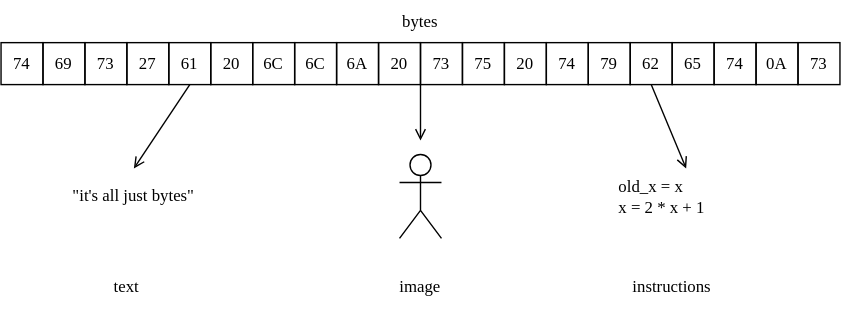
This is docs/oop/func_obj.svg from gvwilson/sdxpy, a draw.io export, as it was before one commit. Source tidied: cells renumbered, new cells last; positions are measured from the earlier drawing's top-left corner, leaving out a move shared by most shapes.
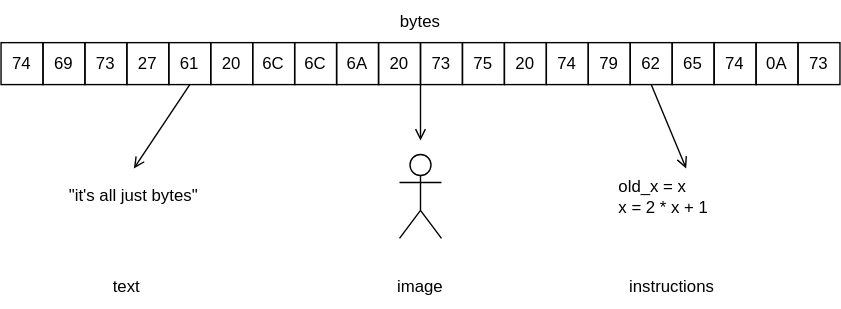
The same diagram one commit later.

Diff of the diagram source:
```diff
@@ -2,96 +2,96 @@
   <root>
     <mxCell id="0" />
     <mxCell id="1" parent="0" />
-    <mxCell id="2" style="endArrow=open;html=1;rounded=0;hachureGap=4;fontFamily=Verdana;fontSize=12;sourcePerimeterSpacing=8;targetPerimeterSpacing=8;entryX=0.5;entryY=0;entryDx=0;entryDy=0;endFill=0;exitX=0.5;exitY=1;exitDx=0;exitDy=0;" parent="1" edge="1" source="16" target="3">
+    <mxCell id="2" style="endArrow=open;html=1;rounded=0;hachureGap=4;fontFamily=Helvetica;fontSize=12;sourcePerimeterSpacing=8;targetPerimeterSpacing=8;entryX=0.5;entryY=0;entryDx=0;entryDy=0;endFill=0;exitX=0.5;exitY=1;exitDx=0;exitDy=0;" parent="1" edge="1" source="16" target="3">
       <mxGeometry relative="1" as="geometry" />
     </mxCell>
-    <mxCell id="3" value="&quot;it's all just bytes&quot;" style="text;html=1;strokeColor=none;fillColor=none;align=center;verticalAlign=middle;whiteSpace=wrap;rounded=0;hachureGap=4;fontFamily=Verdana;fontSize=12;" parent="1" vertex="1">
+    <mxCell id="3" value="&quot;it's all just bytes&quot;" style="text;html=1;strokeColor=none;fillColor=none;align=center;verticalAlign=middle;whiteSpace=wrap;rounded=0;hachureGap=4;fontFamily=Helvetica;fontSize=12;" parent="1" vertex="1">
       <mxGeometry x="30" y="120" width="130" height="40" as="geometry" />
     </mxCell>
-    <mxCell id="4" style="shape=umlActor;verticalLabelPosition=bottom;verticalAlign=top;html=1;hachureGap=4;strokeColor=default;fontFamily=Verdana;fontSize=12;" parent="1" vertex="1">
+    <mxCell id="4" style="shape=umlActor;verticalLabelPosition=bottom;verticalAlign=top;html=1;hachureGap=4;strokeColor=default;fontFamily=Helvetica;fontSize=12;" parent="1" vertex="1">
       <mxGeometry x="285" y="110" width="30" height="60" as="geometry" />
     </mxCell>
-    <mxCell id="5" style="endArrow=open;html=1;rounded=0;hachureGap=4;fontFamily=Verdana;fontSize=12;sourcePerimeterSpacing=8;targetPerimeterSpacing=8;endFill=0;exitX=0;exitY=1;exitDx=0;exitDy=0;" parent="1" edge="1" source="22">
+    <mxCell id="5" style="endArrow=open;html=1;rounded=0;hachureGap=4;fontFamily=Helvetica;fontSize=12;sourcePerimeterSpacing=8;targetPerimeterSpacing=8;endFill=0;exitX=0;exitY=1;exitDx=0;exitDy=0;" parent="1" edge="1" source="22">
       <mxGeometry relative="1" as="geometry">
         <mxPoint x="300" y="100" as="targetPoint" />
       </mxGeometry>
     </mxCell>
-    <mxCell id="6" value="old_x = x&lt;br style=&quot;font-size: 12px;&quot;&gt;x = 2 * x + 1" style="text;html=1;strokeColor=none;fillColor=none;align=left;verticalAlign=middle;whiteSpace=wrap;rounded=0;hachureGap=4;fontFamily=Verdana;fontSize=12;" parent="1" vertex="1">
+    <mxCell id="6" value="old_x = x&lt;br style=&quot;font-size: 12px;&quot;&gt;x = 2 * x + 1" style="text;html=1;strokeColor=none;fillColor=none;align=left;verticalAlign=middle;whiteSpace=wrap;rounded=0;hachureGap=4;fontFamily=Helvetica;fontSize=12;" parent="1" vertex="1">
       <mxGeometry x="440" y="120" width="100" height="40" as="geometry" />
     </mxCell>
-    <mxCell id="7" style="endArrow=open;html=1;rounded=0;hachureGap=4;fontFamily=Verdana;fontSize=12;sourcePerimeterSpacing=8;targetPerimeterSpacing=8;entryX=0.5;entryY=0;entryDx=0;entryDy=0;endFill=0;exitX=0.5;exitY=1;exitDx=0;exitDy=0;" parent="1" edge="1" source="27" target="6">
+    <mxCell id="7" style="endArrow=open;html=1;rounded=0;hachureGap=4;fontFamily=Helvetica;fontSize=12;sourcePerimeterSpacing=8;targetPerimeterSpacing=8;entryX=0.5;entryY=0;entryDx=0;entryDy=0;endFill=0;exitX=0.5;exitY=1;exitDx=0;exitDy=0;" parent="1" edge="1" source="27" target="6">
       <mxGeometry relative="1" as="geometry" />
     </mxCell>
-    <mxCell id="8" value="text" style="text;html=1;strokeColor=none;fillColor=none;align=center;verticalAlign=middle;whiteSpace=wrap;rounded=0;hachureGap=4;fontFamily=Verdana;fontSize=12;" parent="1" vertex="1">
+    <mxCell id="8" value="text" style="text;html=1;strokeColor=none;fillColor=none;align=center;verticalAlign=middle;whiteSpace=wrap;rounded=0;hachureGap=4;fontFamily=Helvetica;fontSize=12;" parent="1" vertex="1">
       <mxGeometry x="60" y="190" width="60" height="30" as="geometry" />
     </mxCell>
-    <mxCell id="9" value="image" style="text;html=1;strokeColor=none;fillColor=none;align=center;verticalAlign=middle;whiteSpace=wrap;rounded=0;hachureGap=4;fontFamily=Verdana;fontSize=12;" parent="1" vertex="1">
+    <mxCell id="9" value="image" style="text;html=1;strokeColor=none;fillColor=none;align=center;verticalAlign=middle;whiteSpace=wrap;rounded=0;hachureGap=4;fontFamily=Helvetica;fontSize=12;" parent="1" vertex="1">
       <mxGeometry x="270" y="190" width="60" height="30" as="geometry" />
     </mxCell>
-    <mxCell id="10" value="instructions" style="text;html=1;strokeColor=none;fillColor=none;align=center;verticalAlign=middle;whiteSpace=wrap;rounded=0;hachureGap=4;fontFamily=Verdana;fontSize=12;" parent="1" vertex="1">
+    <mxCell id="10" value="instructions" style="text;html=1;strokeColor=none;fillColor=none;align=center;verticalAlign=middle;whiteSpace=wrap;rounded=0;hachureGap=4;fontFamily=Helvetica;fontSize=12;" parent="1" vertex="1">
       <mxGeometry x="440" y="190" width="80" height="30" as="geometry" />
     </mxCell>
-    <mxCell id="11" value="bytes" style="text;html=1;strokeColor=none;fillColor=none;align=center;verticalAlign=middle;whiteSpace=wrap;rounded=0;hachureGap=4;fontFamily=Verdana;fontSize=12;" parent="1" vertex="1">
+    <mxCell id="11" value="bytes" style="text;html=1;strokeColor=none;fillColor=none;align=center;verticalAlign=middle;whiteSpace=wrap;rounded=0;hachureGap=4;fontFamily=Helvetica;fontSize=12;" parent="1" vertex="1">
       <mxGeometry x="270" width="60" height="30" as="geometry" />
     </mxCell>
-    <mxCell id="12" value="74" style="text;html=1;strokeColor=default;fillColor=none;align=center;verticalAlign=middle;whiteSpace=wrap;rounded=0;hachureGap=4;fontFamily=Verdana;fontSize=12;" parent="1" vertex="1">
+    <mxCell id="12" value="74" style="text;html=1;strokeColor=default;fillColor=none;align=center;verticalAlign=middle;whiteSpace=wrap;rounded=0;hachureGap=4;fontFamily=Helvetica;fontSize=12;" parent="1" vertex="1">
       <mxGeometry y="30" width="30" height="30" as="geometry" />
     </mxCell>
-    <mxCell id="13" value="69" style="text;html=1;strokeColor=default;fillColor=none;align=center;verticalAlign=middle;whiteSpace=wrap;rounded=0;hachureGap=4;fontFamily=Verdana;fontSize=12;" parent="1" vertex="1">
+    <mxCell id="13" value="69" style="text;html=1;strokeColor=default;fillColor=none;align=center;verticalAlign=middle;whiteSpace=wrap;rounded=0;hachureGap=4;fontFamily=Helvetica;fontSize=12;" parent="1" vertex="1">
       <mxGeometry x="30" y="30" width="30" height="30" as="geometry" />
     </mxCell>
-    <mxCell id="14" value="73" style="text;html=1;strokeColor=default;fillColor=none;align=center;verticalAlign=middle;whiteSpace=wrap;rounded=0;hachureGap=4;fontFamily=Verdana;fontSize=12;" parent="1" vertex="1">
+    <mxCell id="14" value="73" style="text;html=1;strokeColor=default;fillColor=none;align=center;verticalAlign=middle;whiteSpace=wrap;rounded=0;hachureGap=4;fontFamily=Helvetica;fontSize=12;" parent="1" vertex="1">
       <mxGeometry x="60" y="30" width="30" height="30" as="geometry" />
     </mxCell>
-    <mxCell id="15" value="27" style="text;html=1;strokeColor=default;fillColor=none;align=center;verticalAlign=middle;whiteSpace=wrap;rounded=0;hachureGap=4;fontFamily=Verdana;fontSize=12;" parent="1" vertex="1">
+    <mxCell id="15" value="27" style="text;html=1;strokeColor=default;fillColor=none;align=center;verticalAlign=middle;whiteSpace=wrap;rounded=0;hachureGap=4;fontFamily=Helvetica;fontSize=12;" parent="1" vertex="1">
       <mxGeometry x="90" y="30" width="30" height="30" as="geometry" />
     </mxCell>
-    <mxCell id="16" value="61" style="text;html=1;strokeColor=default;fillColor=none;align=center;verticalAlign=middle;whiteSpace=wrap;rounded=0;hachureGap=4;fontFamily=Verdana;fontSize=12;" parent="1" vertex="1">
+    <mxCell id="16" value="61" style="text;html=1;strokeColor=default;fillColor=none;align=center;verticalAlign=middle;whiteSpace=wrap;rounded=0;hachureGap=4;fontFamily=Helvetica;fontSize=12;" parent="1" vertex="1">
       <mxGeometry x="120" y="30" width="30" height="30" as="geometry" />
     </mxCell>
-    <mxCell id="17" value="20" style="text;html=1;strokeColor=default;fillColor=none;align=center;verticalAlign=middle;whiteSpace=wrap;rounded=0;hachureGap=4;fontFamily=Verdana;fontSize=12;" parent="1" vertex="1">
+    <mxCell id="17" value="20" style="text;html=1;strokeColor=default;fillColor=none;align=center;verticalAlign=middle;whiteSpace=wrap;rounded=0;hachureGap=4;fontFamily=Helvetica;fontSize=12;" parent="1" vertex="1">
       <mxGeometry x="150" y="30" width="30" height="30" as="geometry" />
     </mxCell>
-    <mxCell id="18" value="6C" style="text;html=1;strokeColor=default;fillColor=none;align=center;verticalAlign=middle;whiteSpace=wrap;rounded=0;hachureGap=4;fontFamily=Verdana;fontSize=12;" parent="1" vertex="1">
+    <mxCell id="18" value="6C" style="text;html=1;strokeColor=default;fillColor=none;align=center;verticalAlign=middle;whiteSpace=wrap;rounded=0;hachureGap=4;fontFamily=Helvetica;fontSize=12;" parent="1" vertex="1">
       <mxGeometry x="180" y="30" width="30" height="30" as="geometry" />
     </mxCell>
-    <mxCell id="19" value="6C" style="text;html=1;strokeColor=default;fillColor=none;align=center;verticalAlign=middle;whiteSpace=wrap;rounded=0;hachureGap=4;fontFamily=Verdana;fontSize=12;" parent="1" vertex="1">
+    <mxCell id="19" value="6C" style="text;html=1;strokeColor=default;fillColor=none;align=center;verticalAlign=middle;whiteSpace=wrap;rounded=0;hachureGap=4;fontFamily=Helvetica;fontSize=12;" parent="1" vertex="1">
       <mxGeometry x="210" y="30" width="30" height="30" as="geometry" />
     </mxCell>
-    <mxCell id="20" value="6A" style="text;html=1;strokeColor=default;fillColor=none;align=center;verticalAlign=middle;whiteSpace=wrap;rounded=0;hachureGap=4;fontFamily=Verdana;fontSize=12;" parent="1" vertex="1">
+    <mxCell id="20" value="6A" style="text;html=1;strokeColor=default;fillColor=none;align=center;verticalAlign=middle;whiteSpace=wrap;rounded=0;hachureGap=4;fontFamily=Helvetica;fontSize=12;" parent="1" vertex="1">
       <mxGeometry x="240" y="30" width="30" height="30" as="geometry" />
     </mxCell>
-    <mxCell id="21" value="20" style="text;html=1;strokeColor=default;fillColor=none;align=center;verticalAlign=middle;whiteSpace=wrap;rounded=0;hachureGap=4;fontFamily=Verdana;fontSize=12;" parent="1" vertex="1">
+    <mxCell id="21" value="20" style="text;html=1;strokeColor=default;fillColor=none;align=center;verticalAlign=middle;whiteSpace=wrap;rounded=0;hachureGap=4;fontFamily=Helvetica;fontSize=12;" parent="1" vertex="1">
       <mxGeometry x="270" y="30" width="30" height="30" as="geometry" />
     </mxCell>
-    <mxCell id="22" value="73" style="text;html=1;strokeColor=default;fillColor=none;align=center;verticalAlign=middle;whiteSpace=wrap;rounded=0;hachureGap=4;fontFamily=Verdana;fontSize=12;" parent="1" vertex="1">
+    <mxCell id="22" value="73" style="text;html=1;strokeColor=default;fillColor=none;align=center;verticalAlign=middle;whiteSpace=wrap;rounded=0;hachureGap=4;fontFamily=Helvetica;fontSize=12;" parent="1" vertex="1">
       <mxGeometry x="300" y="30" width="30" height="30" as="geometry" />
     </mxCell>
-    <mxCell id="23" value="75" style="text;html=1;strokeColor=default;fillColor=none;align=center;verticalAlign=middle;whiteSpace=wrap;rounded=0;hachureGap=4;fontFamily=Verdana;fontSize=12;" parent="1" vertex="1">
+    <mxCell id="23" value="75" style="text;html=1;strokeColor=default;fillColor=none;align=center;verticalAlign=middle;whiteSpace=wrap;rounded=0;hachureGap=4;fontFamily=Helvetica;fontSize=12;" parent="1" vertex="1">
       <mxGeometry x="330" y="30" width="30" height="30" as="geometry" />
     </mxCell>
-    <mxCell id="24" value="20" style="text;html=1;strokeColor=default;fillColor=none;align=center;verticalAlign=middle;whiteSpace=wrap;rounded=0;hachureGap=4;fontFamily=Verdana;fontSize=12;" parent="1" vertex="1">
+    <mxCell id="24" value="20" style="text;html=1;strokeColor=default;fillColor=none;align=center;verticalAlign=middle;whiteSpace=wrap;rounded=0;hachureGap=4;fontFamily=Helvetica;fontSize=12;" parent="1" vertex="1">
       <mxGeometry x="360" y="30" width="30" height="30" as="geometry" />
     </mxCell>
-    <mxCell id="25" value="74" style="text;html=1;strokeColor=default;fillColor=none;align=center;verticalAlign=middle;whiteSpace=wrap;rounded=0;hachureGap=4;fontFamily=Verdana;fontSize=12;" parent="1" vertex="1">
+    <mxCell id="25" value="74" style="text;html=1;strokeColor=default;fillColor=none;align=center;verticalAlign=middle;whiteSpace=wrap;rounded=0;hachureGap=4;fontFamily=Helvetica;fontSize=12;" parent="1" vertex="1">
       <mxGeometry x="390" y="30" width="30" height="30" as="geometry" />
     </mxCell>
-    <mxCell id="26" value="79" style="text;html=1;strokeColor=default;fillColor=none;align=center;verticalAlign=middle;whiteSpace=wrap;rounded=0;hachureGap=4;fontFamily=Verdana;fontSize=12;" parent="1" vertex="1">
+    <mxCell id="26" value="79" style="text;html=1;strokeColor=default;fillColor=none;align=center;verticalAlign=middle;whiteSpace=wrap;rounded=0;hachureGap=4;fontFamily=Helvetica;fontSize=12;" parent="1" vertex="1">
       <mxGeometry x="420" y="30" width="30" height="30" as="geometry" />
     </mxCell>
-    <mxCell id="27" value="62" style="text;html=1;strokeColor=default;fillColor=none;align=center;verticalAlign=middle;whiteSpace=wrap;rounded=0;hachureGap=4;fontFamily=Verdana;fontSize=12;" parent="1" vertex="1">
+    <mxCell id="27" value="62" style="text;html=1;strokeColor=default;fillColor=none;align=center;verticalAlign=middle;whiteSpace=wrap;rounded=0;hachureGap=4;fontFamily=Helvetica;fontSize=12;" parent="1" vertex="1">
       <mxGeometry x="450" y="30" width="30" height="30" as="geometry" />
     </mxCell>
-    <mxCell id="28" value="65" style="text;html=1;strokeColor=default;fillColor=none;align=center;verticalAlign=middle;whiteSpace=wrap;rounded=0;hachureGap=4;fontFamily=Verdana;fontSize=12;" parent="1" vertex="1">
+    <mxCell id="28" value="65" style="text;html=1;strokeColor=default;fillColor=none;align=center;verticalAlign=middle;whiteSpace=wrap;rounded=0;hachureGap=4;fontFamily=Helvetica;fontSize=12;" parent="1" vertex="1">
       <mxGeometry x="480" y="30" width="30" height="30" as="geometry" />
     </mxCell>
-    <mxCell id="29" value="74" style="text;html=1;strokeColor=default;fillColor=none;align=center;verticalAlign=middle;whiteSpace=wrap;rounded=0;hachureGap=4;fontFamily=Verdana;fontSize=12;" parent="1" vertex="1">
+    <mxCell id="29" value="74" style="text;html=1;strokeColor=default;fillColor=none;align=center;verticalAlign=middle;whiteSpace=wrap;rounded=0;hachureGap=4;fontFamily=Helvetica;fontSize=12;" parent="1" vertex="1">
       <mxGeometry x="510" y="30" width="30" height="30" as="geometry" />
     </mxCell>
-    <mxCell id="30" value="0A" style="text;html=1;strokeColor=default;fillColor=none;align=center;verticalAlign=middle;whiteSpace=wrap;rounded=0;hachureGap=4;fontFamily=Verdana;fontSize=12;" parent="1" vertex="1">
+    <mxCell id="30" value="0A" style="text;html=1;strokeColor=default;fillColor=none;align=center;verticalAlign=middle;whiteSpace=wrap;rounded=0;hachureGap=4;fontFamily=Helvetica;fontSize=12;" parent="1" vertex="1">
       <mxGeometry x="540" y="30" width="30" height="30" as="geometry" />
     </mxCell>
-    <mxCell id="31" value="73" style="text;html=1;strokeColor=default;fillColor=none;align=center;verticalAlign=middle;whiteSpace=wrap;rounded=0;hachureGap=4;fontFamily=Verdana;fontSize=12;" parent="1" vertex="1">
+    <mxCell id="31" value="73" style="text;html=1;strokeColor=default;fillColor=none;align=center;verticalAlign=middle;whiteSpace=wrap;rounded=0;hachureGap=4;fontFamily=Helvetica;fontSize=12;" parent="1" vertex="1">
       <mxGeometry x="570" y="30" width="30" height="30" as="geometry" />
     </mxCell>
   </root>
```
